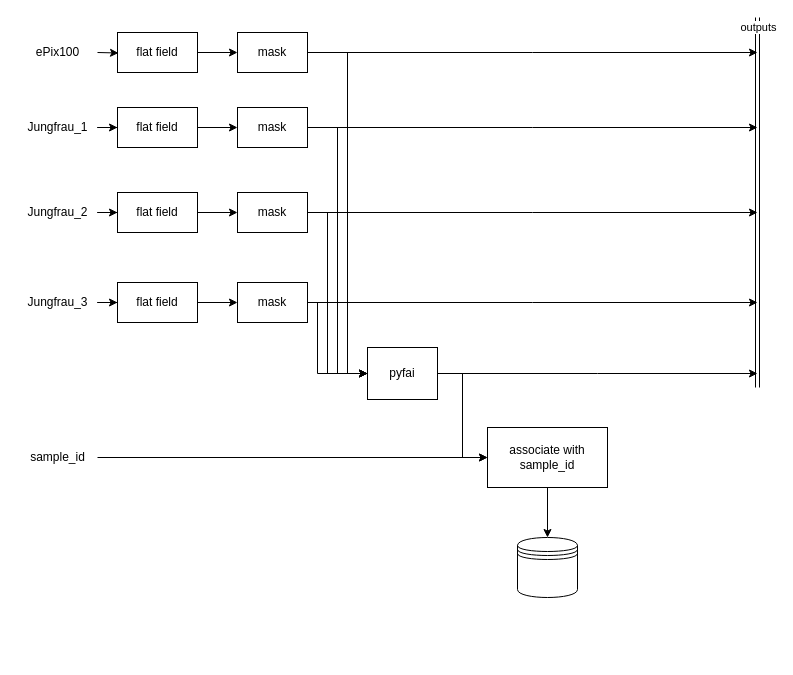
keeble/hed-context-files keeps this draw.io diagram as sample.drawio. Above is the earlier version. Source tidied: cells renumbered, new cells numbered last; positions are measured from the earlier drawing's top-left corner, leaving out a move shared by most shapes. Both pictures are drawn from the tidied source at 100%, with x=0, y=0 at pixel (17, 17).
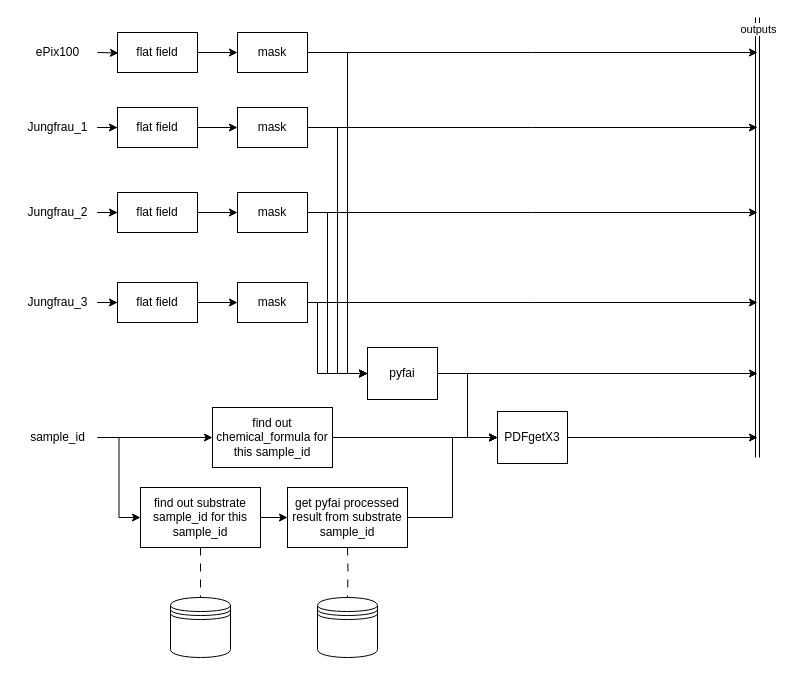
The same diagram, later.

The change refers to these unchanged cells:
```xml
<mxCell id="25" value="pyfai" style="rounded=0;whiteSpace=wrap;html=1;" parent="1" vertex="1">
  <mxGeometry x="350" y="330" width="70" height="52" as="geometry" />
</mxCell>
```

What changed in the source:
```diff
@@
-    <mxCell id="24" style="edgeStyle=orthogonalEdgeStyle;rounded=0;jettySize=auto;html=1;entryX=0;entryY=0.5;entryDx=0;entryDy=0;" parent="1" edge="1" source="25" target="36">
-      <mxGeometry relative="1" as="geometry" />
-    </mxCell>
+    <mxCell id="40" style="edgeStyle=orthogonalEdgeStyle;rounded=0;jettySize=auto;html=1;exitX=1;exitY=0.5;exitDx=0;exitDy=0;entryX=0;entryY=0.5;entryDx=0;entryDy=0;" parent="1" edge="1" source="25" target="44">
+      <mxGeometry relative="1" as="geometry" />
+    </mxCell>
@@
     <mxCell id="26" style="shape=link;html=1;rounded=0;" parent="1" edge="1">
       <mxGeometry relative="1" as="geometry">
-        <mxPoint x="740" y="370" as="sourcePoint" />
+        <mxPoint x="740" y="440" as="sourcePoint" />
         <mxPoint x="740" as="targetPoint" />
       </mxGeometry>
     </mxCell>
@@
-    <mxCell id="35" style="edgeStyle=orthogonalEdgeStyle;rounded=0;jettySize=auto;html=1;exitX=0.5;exitY=1;exitDx=0;exitDy=0;entryX=0.5;entryY=0;entryDx=0;entryDy=0;" parent="1" edge="1" source="36" target="39">
-      <mxGeometry relative="1" as="geometry" />
-    </mxCell>
-    <mxCell id="36" value="associate with sample_id" style="rounded=0;whiteSpace=wrap;html=1;" parent="1" vertex="1">
-      <mxGeometry x="470" y="410" width="120" height="60" as="geometry" />
-    </mxCell>
-    <mxCell id="37" style="edgeStyle=orthogonalEdgeStyle;rounded=0;jettySize=auto;html=1;entryX=0;entryY=0.5;entryDx=0;entryDy=0;" parent="1" edge="1" source="38" target="36">
-      <mxGeometry relative="1" as="geometry" />
-    </mxCell>
+    <mxCell id="41" style="edgeStyle=orthogonalEdgeStyle;rounded=0;jettySize=auto;html=1;" parent="1" edge="1" source="38" target="51">
+      <mxGeometry relative="1" as="geometry" />
+    </mxCell>
+    <mxCell id="42" style="edgeStyle=orthogonalEdgeStyle;rounded=0;jettySize=auto;html=1;entryX=0;entryY=0.5;entryDx=0;entryDy=0;" parent="1" edge="1" source="38" target="47">
+      <mxGeometry relative="1" as="geometry" />
+    </mxCell>
     <mxCell id="38" value="sample_id" style="text;html=1;align=center;verticalAlign=middle;points=[];strokeColor=none;fillColor=none;" parent="1" vertex="1">
-      <mxGeometry y="425" width="80" height="30" as="geometry" />
+      <mxGeometry y="405" width="80" height="30" as="geometry" />
     </mxCell>
     <mxCell id="39" style="shape=datastore;whiteSpace=wrap;html=1;" parent="1" vertex="1">
-      <mxGeometry x="500" y="520" width="60" height="60" as="geometry" />
+      <mxGeometry x="153" y="580" width="60" height="60" as="geometry" />
     </mxCell>
+    <mxCell id="43" style="edgeStyle=orthogonalEdgeStyle;rounded=0;jettySize=auto;html=1;exitX=1;exitY=0.5;exitDx=0;exitDy=0;" parent="1" edge="1" source="44">
+      <mxGeometry relative="1" as="geometry">
+        <mxPoint x="740" y="420" as="targetPoint" />
+      </mxGeometry>
+    </mxCell>
+    <mxCell id="44" value="PDFgetX3" style="rounded=0;whiteSpace=wrap;html=1;" parent="1" vertex="1">
+      <mxGeometry x="480" y="394" width="70" height="52" as="geometry" />
+    </mxCell>
+    <mxCell id="45" style="edgeStyle=orthogonalEdgeStyle;rounded=0;jettySize=auto;html=1;" parent="1" edge="1" source="47" target="49">
+      <mxGeometry relative="1" as="geometry" />
+    </mxCell>
+    <mxCell id="46" style="edgeStyle=orthogonalEdgeStyle;rounded=0;jettySize=auto;html=1;exitX=0.5;exitY=1;exitDx=0;exitDy=0;dashed=1;dashPattern=8 8;endArrow=none;endFill=0;" parent="1" edge="1" source="47" target="39">
+      <mxGeometry relative="1" as="geometry" />
+    </mxCell>
+    <mxCell id="47" value="find out substrate sample_id for this sample_id" style="rounded=0;whiteSpace=wrap;html=1;" parent="1" vertex="1">
+      <mxGeometry x="123" y="470" width="120" height="60" as="geometry" />
+    </mxCell>
+    <mxCell id="48" style="edgeStyle=orthogonalEdgeStyle;rounded=0;jettySize=auto;html=1;entryX=0;entryY=0.5;entryDx=0;entryDy=0;" parent="1" edge="1" source="49" target="44">
+      <mxGeometry relative="1" as="geometry" />
+    </mxCell>
+    <mxCell id="49" value="get pyfai processed result from substrate sample_id" style="rounded=0;whiteSpace=wrap;html=1;" parent="1" vertex="1">
+      <mxGeometry x="270" y="470" width="120" height="60" as="geometry" />
+    </mxCell>
+    <mxCell id="50" style="edgeStyle=orthogonalEdgeStyle;rounded=0;jettySize=auto;html=1;entryX=0;entryY=0.5;entryDx=0;entryDy=0;" parent="1" edge="1" source="51" target="44">
+      <mxGeometry relative="1" as="geometry" />
+    </mxCell>
+    <mxCell id="51" value="find out chemical_formula for this sample_id" style="rounded=0;whiteSpace=wrap;html=1;" parent="1" vertex="1">
+      <mxGeometry x="195" y="390" width="120" height="60" as="geometry" />
+    </mxCell>
+    <mxCell id="52" style="shape=datastore;whiteSpace=wrap;html=1;" parent="1" vertex="1">
+      <mxGeometry x="300" y="580" width="60" height="60" as="geometry" />
+    </mxCell>
+    <mxCell id="53" style="edgeStyle=orthogonalEdgeStyle;rounded=0;jettySize=auto;html=1;exitX=0.5;exitY=1;exitDx=0;exitDy=0;dashed=1;dashPattern=8 8;endArrow=none;endFill=0;" parent="1" edge="1" target="52">
+      <mxGeometry relative="1" as="geometry">
+        <mxPoint x="330" y="530" as="sourcePoint" />
+      </mxGeometry>
+    </mxCell>
```
